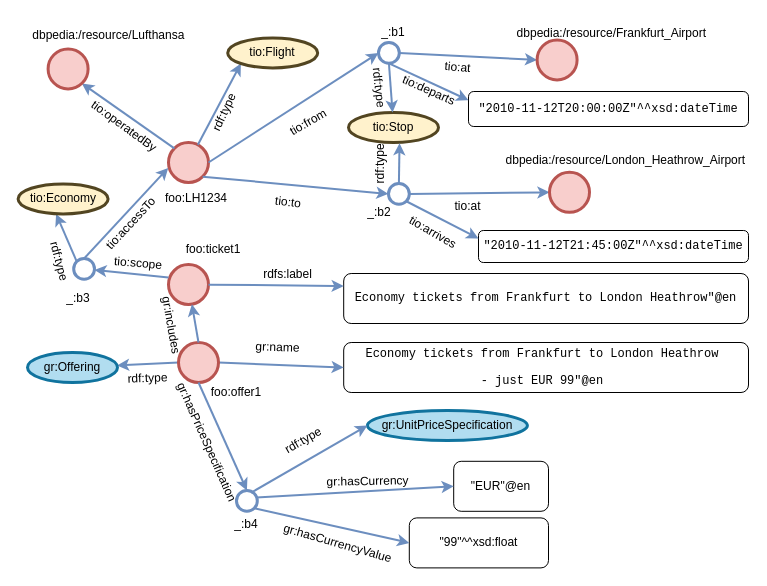
This is img/use_case.drawio from petkorutesic/chatbots_KGSWC-2023, a draw.io file, before an edit. Source tidied: cells renumbered, new cells numbered last; positions are measured from the earlier drawing's top-left corner, leaving out a move shared by most shapes. Both pictures are drawn from the tidied source at 100%, with x=0, y=0 at pixel (18, 20).
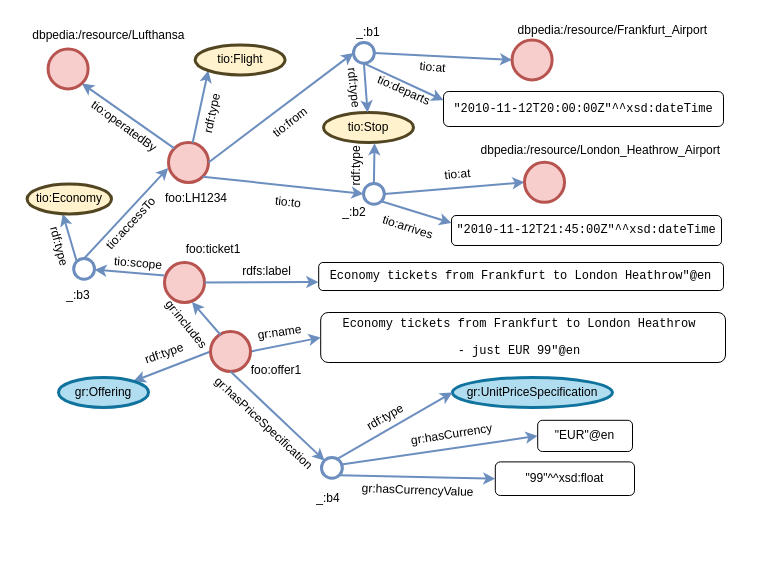
Above is the later version.

Diff of the diagram source:
```diff
@@
     <mxCell id="5" value="tio:Flight" style="ellipse;whiteSpace=wrap;html=1;strokeWidth=3;fillColor=#fff2cc;strokeColor=#524521;" parent="1" vertex="1">
-      <mxGeometry x="209.2" y="17.4" width="90" height="30" as="geometry" />
+      <mxGeometry x="176.6" y="24.4" width="90" height="30" as="geometry" />
     </mxCell>
-    <mxCell id="6" value="rdf:type" style="text;html=1;strokeColor=none;fillColor=none;align=center;verticalAlign=middle;whiteSpace=wrap;rounded=0;strokeWidth=3;rotation=295;" parent="1" vertex="1">
-      <mxGeometry x="166" y="82" width="80" height="20" as="geometry" />
+    <mxCell id="6" value="rdf:type" style="text;html=1;strokeColor=none;fillColor=none;align=center;verticalAlign=middle;whiteSpace=wrap;rounded=0;strokeWidth=3;rotation=282;" parent="1" vertex="1">
+      <mxGeometry x="154" y="83" width="80" height="20" as="geometry" />
     </mxCell>
@@
     <mxCell id="8" value="tio:Stop" style="ellipse;whiteSpace=wrap;html=1;strokeWidth=3;fillColor=#fff2cc;strokeColor=#524521;" parent="1" vertex="1">
-      <mxGeometry x="330" y="92" width="90" height="30" as="geometry" />
+      <mxGeometry x="305" y="92" width="90" height="30" as="geometry" />
     </mxCell>
-    <mxCell id="9" value="tio:from" style="text;html=1;strokeColor=none;fillColor=none;align=center;verticalAlign=middle;whiteSpace=wrap;rounded=0;strokeWidth=3;rotation=-30;" parent="1" vertex="1">
-      <mxGeometry x="250" y="92" width="80" height="20" as="geometry" />
+    <mxCell id="9" value="tio:from" style="text;html=1;strokeColor=none;fillColor=none;align=center;verticalAlign=middle;whiteSpace=wrap;rounded=0;strokeWidth=3;rotation=322;" parent="1" vertex="1">
+      <mxGeometry x="232" y="92" width="80" height="20" as="geometry" />
     </mxCell>
     <mxCell id="10" style="ellipse;whiteSpace=wrap;html=1;strokeWidth=3;fillColor=#FFFFFF;strokeColor=#6c8ebf;" parent="1" vertex="1">
-      <mxGeometry x="360" y="22" width="20.8" height="20.8" as="geometry" />
+      <mxGeometry x="335" y="22" width="20.8" height="20.8" as="geometry" />
     </mxCell>
@@
     <mxCell id="13" value="tio:at" style="text;html=1;strokeColor=none;fillColor=none;align=center;verticalAlign=middle;whiteSpace=wrap;rounded=0;strokeWidth=3;rotation=5;" parent="1" vertex="1">
-      <mxGeometry x="409.8" y="37.4" width="59.2" height="20" as="geometry" />
+      <mxGeometry x="384.8" y="37.4" width="59.2" height="20" as="geometry" />
     </mxCell>
@@
-    <mxCell id="15" value="tio:to" style="text;html=1;strokeColor=none;fillColor=none;align=center;verticalAlign=middle;whiteSpace=wrap;rounded=0;strokeWidth=3;rotation=7;" parent="1" vertex="1">
+    <mxCell id="15" value="tio:to" style="text;html=1;strokeColor=none;fillColor=none;align=center;verticalAlign=middle;whiteSpace=wrap;rounded=0;strokeWidth=3;rotation=6;" parent="1" vertex="1">
       <mxGeometry x="230" y="172" width="80" height="20" as="geometry" />
     </mxCell>
     <mxCell id="16" style="ellipse;whiteSpace=wrap;html=1;strokeWidth=3;fillColor=#FFFFFF;strokeColor=#6c8ebf;" parent="1" vertex="1">
-      <mxGeometry x="370" y="163" width="20.8" height="20.8" as="geometry" />
+      <mxGeometry x="345" y="163" width="20.8" height="20.8" as="geometry" />
     </mxCell>
     <mxCell id="17" value="rdf:type" style="text;html=1;strokeColor=none;fillColor=none;align=center;verticalAlign=middle;whiteSpace=wrap;rounded=0;strokeWidth=3;rotation=-90;" parent="1" vertex="1">
-      <mxGeometry x="340" y="133.4" width="45" height="20" as="geometry" />
+      <mxGeometry x="316" y="135.4" width="45" height="20" as="geometry" />
     </mxCell>
-    <mxCell id="18" value="tio:at" style="text;html=1;strokeColor=none;fillColor=none;align=center;verticalAlign=middle;whiteSpace=wrap;rounded=0;strokeWidth=3;rotation=0;" parent="1" vertex="1">
-      <mxGeometry x="420" y="176.4" width="59.2" height="20" as="geometry" />
+    <mxCell id="18" value="tio:at" style="text;html=1;strokeColor=none;fillColor=none;align=center;verticalAlign=middle;whiteSpace=wrap;rounded=0;strokeWidth=3;rotation=355;" parent="1" vertex="1">
+      <mxGeometry x="410" y="144.4" width="59.2" height="20" as="geometry" />
     </mxCell>
@@
     <mxCell id="20" value="&lt;pre&gt;&quot;2010-11-12T20:00:00Z&quot;^^xsd:dateTime&lt;/pre&gt;" style="rounded=1;whiteSpace=wrap;html=1;strokeColor=#000000;strokeWidth=1;fontColor=#000000;fillColor=#FFFFFF;" parent="1" vertex="1">
-      <mxGeometry x="450" y="71" width="280" height="35" as="geometry" />
+      <mxGeometry x="425" y="71" width="280" height="35" as="geometry" />
     </mxCell>
     <mxCell id="21" value="tio:departs" style="text;html=1;strokeColor=none;fillColor=none;align=center;verticalAlign=middle;whiteSpace=wrap;rounded=0;strokeWidth=3;rotation=24;" parent="1" vertex="1">
-      <mxGeometry x="380.8" y="60.4" width="59.2" height="20" as="geometry" />
+      <mxGeometry x="355.8" y="60.4" width="59.2" height="20" as="geometry" />
     </mxCell>
     <mxCell id="22" style="endArrow=classic;html=1;rounded=0;strokeWidth=2;fillColor=#dae8fc;strokeColor=#6c8ebf;exitX=0.5;exitY=1;exitDx=0;exitDy=0;entryX=0;entryY=0.25;entryDx=0;entryDy=0;" parent="1" edge="1" target="20">
       <mxGeometry relative="1" as="geometry">
-        <mxPoint x="370.4" y="42.8" as="sourcePoint" />
+        <mxPoint x="345.4" y="42.8" as="sourcePoint" />
       </mxGeometry>
     </mxCell>
@@
     <mxCell id="24" value="&lt;pre&gt;&quot;2010-11-12T21:45:00Z&quot;^^xsd:dateTime&lt;/pre&gt;" style="rounded=1;whiteSpace=wrap;html=1;strokeColor=#000000;strokeWidth=1;fontColor=#000000;fillColor=#FFFFFF;" parent="1" vertex="1">
-      <mxGeometry x="460" y="210" width="270" height="32" as="geometry" />
+      <mxGeometry x="433" y="195" width="270" height="30" as="geometry" />
     </mxCell>
-    <mxCell id="25" value="tio:arrives" style="text;html=1;strokeColor=none;fillColor=none;align=center;verticalAlign=middle;whiteSpace=wrap;rounded=0;strokeWidth=3;rotation=30;" parent="1" vertex="1">
-      <mxGeometry x="384.8" y="202.4" width="59.2" height="20" as="geometry" />
+    <mxCell id="25" value="tio:arrives" style="text;html=1;strokeColor=none;fillColor=none;align=center;verticalAlign=middle;whiteSpace=wrap;rounded=0;strokeWidth=3;rotation=18;" parent="1" vertex="1">
+      <mxGeometry x="359.8" y="197.4" width="59.2" height="20" as="geometry" />
     </mxCell>
@@
     <mxCell id="27" value="rdf:type" style="text;html=1;strokeColor=none;fillColor=none;align=center;verticalAlign=middle;whiteSpace=wrap;rounded=0;strokeWidth=3;rotation=84;" parent="1" vertex="1">
-      <mxGeometry x="337.8" y="57.4" width="45" height="20" as="geometry" />
+      <mxGeometry x="312.8" y="57.4" width="45" height="20" as="geometry" />
     </mxCell>
@@
     <mxCell id="30" style="ellipse;whiteSpace=wrap;html=1;strokeWidth=3;fillColor=#f8cecc;strokeColor=#b85450;" parent="1" vertex="1">
-      <mxGeometry x="150" y="244" width="40" height="40" as="geometry" />
+      <mxGeometry x="146" y="242" width="40" height="40" as="geometry" />
     </mxCell>
@@
     <mxCell id="32" value="&lt;pre&gt;Economy tickets from Frankfurt to London Heathrow&quot;@en&lt;/pre&gt;" style="rounded=1;whiteSpace=wrap;html=1;strokeColor=#000000;strokeWidth=1;fontColor=#000000;fillColor=#FFFFFF;" parent="1" vertex="1">
-      <mxGeometry x="325.2" y="253" width="404.8" height="50" as="geometry" />
+      <mxGeometry x="300.2" y="242" width="404.8" height="28" as="geometry" />
     </mxCell>
     <mxCell id="33" value="rdfs:label" style="text;html=1;strokeColor=none;fillColor=none;align=center;verticalAlign=middle;whiteSpace=wrap;rounded=0;strokeWidth=3;rotation=0;" parent="1" vertex="1">
-      <mxGeometry x="240" y="244" width="59.2" height="20" as="geometry" />
+      <mxGeometry x="219" y="241" width="59.2" height="20" as="geometry" />
     </mxCell>
-    <mxCell id="34" style="endArrow=classic;html=1;rounded=0;strokeWidth=2;fillColor=#dae8fc;strokeColor=#6c8ebf;entryX=0;entryY=0.25;entryDx=0;entryDy=0;" parent="1" edge="1" source="30" target="32">
+    <mxCell id="34" style="endArrow=classic;html=1;rounded=0;strokeWidth=2;fillColor=#dae8fc;strokeColor=#6c8ebf;entryX=-0.001;entryY=0.698;entryDx=0;entryDy=0;entryPerimeter=0;" parent="1" edge="1" source="30" target="32">
       <mxGeometry relative="1" as="geometry" />
     </mxCell>
@@
     <mxCell id="41" value="gr:Offering" style="ellipse;whiteSpace=wrap;html=1;strokeWidth=3;fillColor=#b1ddf0;strokeColor=#10739e;" parent="1" vertex="1">
-      <mxGeometry x="9" y="332" width="90" height="30" as="geometry" />
+      <mxGeometry x="40" y="356.9" width="90" height="30" as="geometry" />
     </mxCell>
     <mxCell id="42" value="&lt;pre&gt;Economy tickets from Frankfurt to London Heathrow &lt;/pre&gt;&lt;pre&gt;- just EUR 99&quot;@en &lt;/pre&gt;" style="rounded=1;whiteSpace=wrap;html=1;strokeColor=#000000;strokeWidth=1;fontColor=#000000;fillColor=#FFFFFF;" parent="1" vertex="1">
-      <mxGeometry x="325.2" y="322" width="404.8" height="50" as="geometry" />
+      <mxGeometry x="302.2" y="292" width="404.8" height="50" as="geometry" />
     </mxCell>
-    <mxCell id="43" value="gr:name" style="text;html=1;strokeColor=none;fillColor=none;align=center;verticalAlign=middle;whiteSpace=wrap;rounded=0;strokeWidth=3;rotation=2;" parent="1" vertex="1">
-      <mxGeometry x="230" y="317" width="59.2" height="20" as="geometry" />
+    <mxCell id="43" value="gr:name" style="text;html=1;strokeColor=none;fillColor=none;align=center;verticalAlign=middle;whiteSpace=wrap;rounded=0;strokeWidth=3;rotation=352;" parent="1" vertex="1">
+      <mxGeometry x="232" y="302" width="59.2" height="20" as="geometry" />
     </mxCell>
@@
     <mxCell id="45" style="ellipse;whiteSpace=wrap;html=1;strokeWidth=3;fillColor=#f8cecc;strokeColor=#b85450;" parent="1" vertex="1">
-      <mxGeometry x="160" y="322" width="40" height="40" as="geometry" />
+      <mxGeometry x="192" y="311" width="40" height="40" as="geometry" />
     </mxCell>
     <mxCell id="46" value="foo:offer1" style="text;html=1;strokeColor=none;fillColor=none;align=center;verticalAlign=middle;whiteSpace=wrap;rounded=0;strokeWidth=3;" parent="1" vertex="1">
-      <mxGeometry x="178.4" y="362" width="80" height="20" as="geometry" />
+      <mxGeometry x="217.6" y="340.3" width="80" height="20" as="geometry" />
     </mxCell>
-    <mxCell id="47" style="edgeStyle=orthogonalEdgeStyle;rounded=0;orthogonalLoop=1;jettySize=auto;html=1;exitX=0.5;exitY=1;exitDx=0;exitDy=0;strokeWidth=2;fontColor=#000000;" parent="1" edge="1" source="46" target="46">
-      <mxGeometry relative="1" as="geometry" />
+    <mxCell id="47" style="edgeStyle=orthogonalEdgeStyle;rounded=0;orthogonalLoop=1;jettySize=auto;html=1;exitX=0.5;exitY=1;exitDx=0;exitDy=0;strokeWidth=2;fontColor=#000000;" parent="1" edge="1">
+      <mxGeometry relative="1" as="geometry">
+        <mxPoint x="303.4" y="349" as="sourcePoint" />
+        <mxPoint x="303.4" y="349" as="targetPoint" />
+      </mxGeometry>
     </mxCell>
-    <mxCell id="48" style="endArrow=classic;html=1;rounded=0;strokeWidth=2;fillColor=#dae8fc;strokeColor=#6c8ebf;exitX=0.5;exitY=0;exitDx=0;exitDy=0;" parent="1" edge="1" source="45" target="30">
+    <mxCell id="48" style="endArrow=classic;html=1;rounded=0;strokeWidth=2;fillColor=#dae8fc;strokeColor=#6c8ebf;exitX=0.253;exitY=0.087;exitDx=0;exitDy=0;entryX=0.686;entryY=0.986;entryDx=0;entryDy=0;exitPerimeter=0;entryPerimeter=0;" parent="1" edge="1" source="45" target="30">
       <mxGeometry relative="1" as="geometry" />
     </mxCell>
-    <mxCell id="49" value="gr:includes" style="text;html=1;strokeColor=none;fillColor=none;align=center;verticalAlign=middle;whiteSpace=wrap;rounded=0;strokeWidth=3;rotation=80;" parent="1" vertex="1">
-      <mxGeometry x="123" y="295" width="60" height="20" as="geometry" />
+    <mxCell id="49" value="gr:includes" style="text;html=1;strokeColor=none;fillColor=none;align=center;verticalAlign=middle;whiteSpace=wrap;rounded=0;strokeWidth=3;rotation=51;" parent="1" vertex="1">
+      <mxGeometry x="138" y="294" width="60" height="20" as="geometry" />
     </mxCell>
@@
     <mxCell id="51" value="tio:Economy" style="ellipse;whiteSpace=wrap;html=1;strokeWidth=3;fillColor=#fff2cc;strokeColor=#524521;" parent="1" vertex="1">
-      <mxGeometry x="-0.4" y="163.4" width="90" height="30" as="geometry" />
+      <mxGeometry x="8.6" y="163.4" width="84.4" height="30" as="geometry" />
     </mxCell>
-    <mxCell id="52" value="rdf:type" style="text;html=1;strokeColor=none;fillColor=none;align=center;verticalAlign=middle;whiteSpace=wrap;rounded=0;strokeWidth=3;rotation=358;" parent="1" vertex="1">
-      <mxGeometry x="101" y="354" width="57" height="8.6" as="geometry" />
+    <mxCell id="52" value="rdf:type" style="text;html=1;strokeColor=none;fillColor=none;align=center;verticalAlign=middle;whiteSpace=wrap;rounded=0;strokeWidth=3;rotation=341;" parent="1" vertex="1">
+      <mxGeometry x="116.2" y="328.7" width="60.4" height="8.6" as="geometry" />
     </mxCell>
     <mxCell id="53" value="_:b3" style="text;html=1;strokeColor=none;fillColor=none;align=center;verticalAlign=middle;whiteSpace=wrap;rounded=0;strokeWidth=3;rotation=0;" parent="1" vertex="1">
-      <mxGeometry x="29.6" y="268" width="60" height="20" as="geometry" />
+      <mxGeometry x="29.6" y="265" width="60" height="20" as="geometry" />
     </mxCell>
     <mxCell id="54" value="_:b1" style="text;html=1;strokeColor=none;fillColor=none;align=center;verticalAlign=middle;whiteSpace=wrap;rounded=0;strokeWidth=3;rotation=0;" parent="1" vertex="1">
-      <mxGeometry x="345" y="2" width="60" height="20" as="geometry" />
+      <mxGeometry x="320" y="2" width="60" height="20" as="geometry" />
     </mxCell>
     <mxCell id="55" value="_:b2" style="text;html=1;strokeColor=none;fillColor=none;align=center;verticalAlign=middle;whiteSpace=wrap;rounded=0;strokeWidth=3;rotation=0;" parent="1" vertex="1">
-      <mxGeometry x="330.8" y="182.4" width="60" height="20" as="geometry" />
+      <mxGeometry x="305.8" y="182.4" width="60" height="20" as="geometry" />
     </mxCell>
-    <mxCell id="56" style="endArrow=classic;html=1;rounded=0;strokeWidth=2;fillColor=#dae8fc;strokeColor=#6c8ebf;exitX=0.5;exitY=1;exitDx=0;exitDy=0;entryX=0.5;entryY=0;entryDx=0;entryDy=0;" parent="1" edge="1" source="45" target="57">
+    <mxCell id="56" style="endArrow=classic;html=1;rounded=0;strokeWidth=2;fillColor=#dae8fc;strokeColor=#6c8ebf;exitX=0.5;exitY=1;exitDx=0;exitDy=0;entryX=0;entryY=0;entryDx=0;entryDy=0;" parent="1" edge="1" source="45" target="57">
       <mxGeometry relative="1" as="geometry" />
     </mxCell>
     <mxCell id="57" style="ellipse;whiteSpace=wrap;html=1;strokeWidth=3;fillColor=#FFFFFF;strokeColor=#6c8ebf;" parent="1" vertex="1">
-      <mxGeometry x="218" y="470" width="20.8" height="20.8" as="geometry" />
+      <mxGeometry x="303" y="437" width="20.8" height="20.8" as="geometry" />
     </mxCell>
-    <mxCell id="58" value="gr:hasPriceSpecification" style="text;html=1;strokeColor=none;fillColor=none;align=center;verticalAlign=middle;whiteSpace=wrap;rounded=0;strokeWidth=3;rotation=66;" parent="1" vertex="1">
-      <mxGeometry x="159" y="412" width="59.2" height="20" as="geometry" />
+    <mxCell id="58" value="gr:hasPriceSpecification" style="text;html=1;strokeColor=none;fillColor=none;align=center;verticalAlign=middle;whiteSpace=wrap;rounded=0;strokeWidth=3;rotation=43;" parent="1" vertex="1">
+      <mxGeometry x="216" y="393" width="59.2" height="20" as="geometry" />
     </mxCell>
     <mxCell id="59" value="_:b4" style="text;html=1;strokeColor=none;fillColor=none;align=center;verticalAlign=middle;whiteSpace=wrap;rounded=0;strokeWidth=3;rotation=0;" parent="1" vertex="1">
-      <mxGeometry x="198.4" y="494" width="60" height="20" as="geometry" />
+      <mxGeometry x="280.4" y="468" width="60" height="20" as="geometry" />
     </mxCell>
     <mxCell id="60" value="&lt;pre&gt;&lt;span style=&quot;font-family: Helvetica; text-align: left;&quot;&gt;&quot;EUR&quot;@en&lt;/span&gt;&lt;br&gt;&lt;/pre&gt;" style="rounded=1;whiteSpace=wrap;html=1;strokeColor=#000000;strokeWidth=1;fontColor=#000000;fillColor=#FFFFFF;" parent="1" vertex="1">
-      <mxGeometry x="435.2" y="440.8" width="94.8" height="50" as="geometry" />
+      <mxGeometry x="519.2" y="399.8" width="94.8" height="31.2" as="geometry" />
     </mxCell>
-    <mxCell id="61" value="gr:hasCurrency" style="text;html=1;strokeColor=none;fillColor=none;align=center;verticalAlign=middle;whiteSpace=wrap;rounded=0;strokeWidth=3;rotation=359;" parent="1" vertex="1">
-      <mxGeometry x="320" y="451" width="59.2" height="20" as="geometry" />
+    <mxCell id="61" value="gr:hasCurrency" style="text;html=1;strokeColor=none;fillColor=none;align=center;verticalAlign=middle;whiteSpace=wrap;rounded=0;strokeWidth=3;rotation=351;" parent="1" vertex="1">
+      <mxGeometry x="404" y="404" width="59.2" height="20" as="geometry" />
     </mxCell>
@@
     <mxCell id="63" value="&lt;pre&gt;&lt;span style=&quot;font-family: Helvetica; text-align: left;&quot;&gt;&quot;99&quot;^^xsd:float&lt;/span&gt;&lt;br&gt;&lt;/pre&gt;" style="rounded=1;whiteSpace=wrap;html=1;strokeColor=#000000;strokeWidth=1;fontColor=#000000;fillColor=#FFFFFF;" parent="1" vertex="1">
-      <mxGeometry x="390.8" y="497.4" width="139.2" height="50" as="geometry" />
+      <mxGeometry x="476.8" y="441.4" width="139.2" height="33.6" as="geometry" />
     </mxCell>
-    <mxCell id="64" value="&lt;span style=&quot;text-align: left;&quot;&gt;gr:hasCurrencyValue&lt;/span&gt;" style="text;html=1;strokeColor=none;fillColor=none;align=center;verticalAlign=middle;whiteSpace=wrap;rounded=0;strokeWidth=3;rotation=16;" parent="1" vertex="1">
-      <mxGeometry x="289.6" y="513" width="59.2" height="20" as="geometry" />
+    <mxCell id="64" value="&lt;span style=&quot;text-align: left;&quot;&gt;gr:hasCurrencyValue&lt;/span&gt;" style="text;html=1;strokeColor=none;fillColor=none;align=center;verticalAlign=middle;whiteSpace=wrap;rounded=0;strokeWidth=3;rotation=2;" parent="1" vertex="1">
+      <mxGeometry x="369.6" y="460" width="59.2" height="20" as="geometry" />
     </mxCell>
@@
     <mxCell id="66" value="&lt;span style=&quot;text-align: left;&quot;&gt;gr:UnitPriceSpecification&lt;/span&gt;" style="ellipse;whiteSpace=wrap;html=1;strokeWidth=3;fillColor=#b1ddf0;strokeColor=#10739e;" parent="1" vertex="1">
-      <mxGeometry x="348.9" y="390" width="160" height="30" as="geometry" />
+      <mxGeometry x="433.9" y="357" width="160" height="30" as="geometry" />
     </mxCell>
     <mxCell id="67" value="rdf:type" style="text;html=1;strokeColor=none;fillColor=none;align=center;verticalAlign=middle;whiteSpace=wrap;rounded=0;strokeWidth=3;rotation=330;" parent="1" vertex="1">
-      <mxGeometry x="245.2" y="410" width="80" height="20" as="geometry" />
+      <mxGeometry x="326.8" y="387" width="80" height="20" as="geometry" />
     </mxCell>
@@
     <mxCell id="71" style="ellipse;whiteSpace=wrap;html=1;strokeWidth=3;fillColor=#f8cecc;strokeColor=#b85450;" parent="1" vertex="1">
-      <mxGeometry x="518.6" y="19.4" width="40" height="40" as="geometry" />
+      <mxGeometry x="493.6" y="19.4" width="40" height="40" as="geometry" />
     </mxCell>
     <mxCell id="72" value="&lt;div style=&quot;text-align: start;&quot;&gt;&lt;span style=&quot;background-color: initial;&quot;&gt;dbpedia:/resource/Frankfurt_Airport&lt;/span&gt;&lt;span style=&quot;background-color: initial;&quot;&gt;&amp;nbsp; &amp;nbsp;&lt;/span&gt;&lt;/div&gt;" style="text;html=1;strokeColor=none;fillColor=none;align=center;verticalAlign=middle;whiteSpace=wrap;rounded=0;strokeWidth=3;" parent="1" vertex="1">
-      <mxGeometry x="528" y="-0.2" width="134" height="40.4" as="geometry" />
+      <mxGeometry x="529" y="-3.2" width="134" height="40.4" as="geometry" />
     </mxCell>
     <mxCell id="73" style="ellipse;whiteSpace=wrap;html=1;strokeWidth=3;fillColor=#f8cecc;strokeColor=#b85450;" parent="1" vertex="1">
-      <mxGeometry x="531" y="151.8" width="40" height="40" as="geometry" />
+      <mxGeometry x="506" y="141.8" width="40" height="40" as="geometry" />
     </mxCell>
     <mxCell id="74" value="&lt;div style=&quot;text-align: start;&quot;&gt;&lt;span style=&quot;background-color: initial;&quot;&gt;dbpedia:/resource/London_Heathrow_Airport&lt;/span&gt;&lt;span style=&quot;background-color: initial;&quot;&gt;&amp;nbsp; &amp;nbsp;&lt;/span&gt;&lt;/div&gt;" style="text;html=1;strokeColor=none;fillColor=none;align=center;verticalAlign=middle;whiteSpace=wrap;rounded=0;strokeWidth=3;" parent="1" vertex="1">
-      <mxGeometry x="541.6" y="126.6" width="134" height="40.4" as="geometry" />
+      <mxGeometry x="516.6" y="116.6" width="134" height="40.4" as="geometry" />
     </mxCell>
     <mxCell id="75" value="rdf:type" style="text;html=1;strokeColor=none;fillColor=none;align=center;verticalAlign=middle;whiteSpace=wrap;rounded=0;strokeWidth=3;rotation=75;" parent="1" vertex="1">
-      <mxGeometry x="12.2" y="237" width="57" height="8.6" as="geometry" />
+      <mxGeometry x="12.2" y="222" width="57" height="8.6" as="geometry" />
     </mxCell>
```
